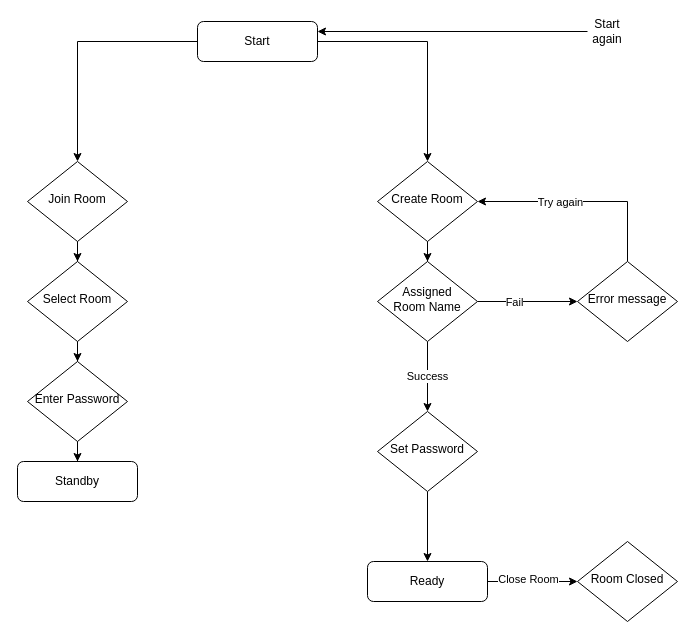
Before: static/charts/argos-parent-flow.drawio in screensavers-club/argos-docs, a draw.io diagram. Source tidied: cells renumbered, new cells numbered last; positions are measured from the earlier drawing's top-left corner, leaving out a move shared by most shapes. Both pictures are drawn from the tidied source at 100%, with x=0, y=0 at pixel (17, 21).
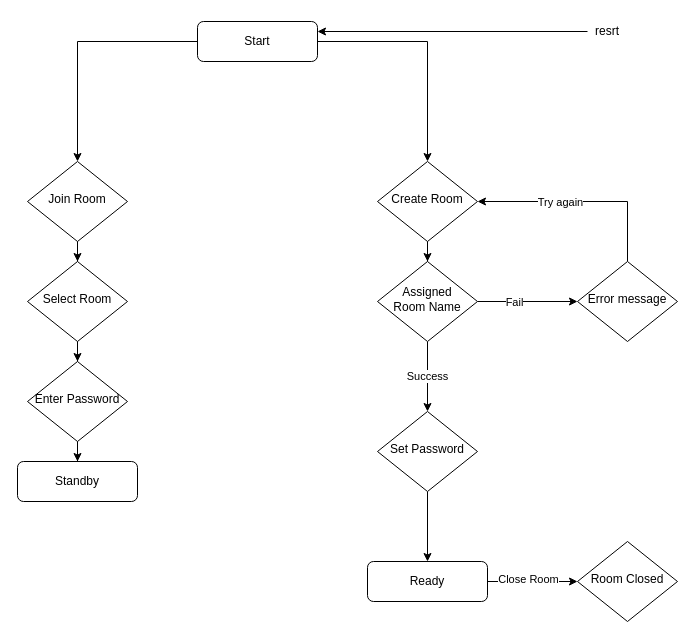
After the change.

The edit, as a diff of the source:
```diff
@@
-    <mxCell id="27" value="Start again" style="text;html=1;strokeColor=none;fillColor=none;align=center;verticalAlign=middle;whiteSpace=wrap;rounded=0;" parent="1" vertex="1">
+    <mxCell id="27" value="resrt" style="text;html=1;strokeColor=none;fillColor=none;align=center;verticalAlign=middle;whiteSpace=wrap;rounded=0;" parent="1" vertex="1">
       <mxGeometry x="570" width="40" height="20" as="geometry" />
     </mxCell>
```
